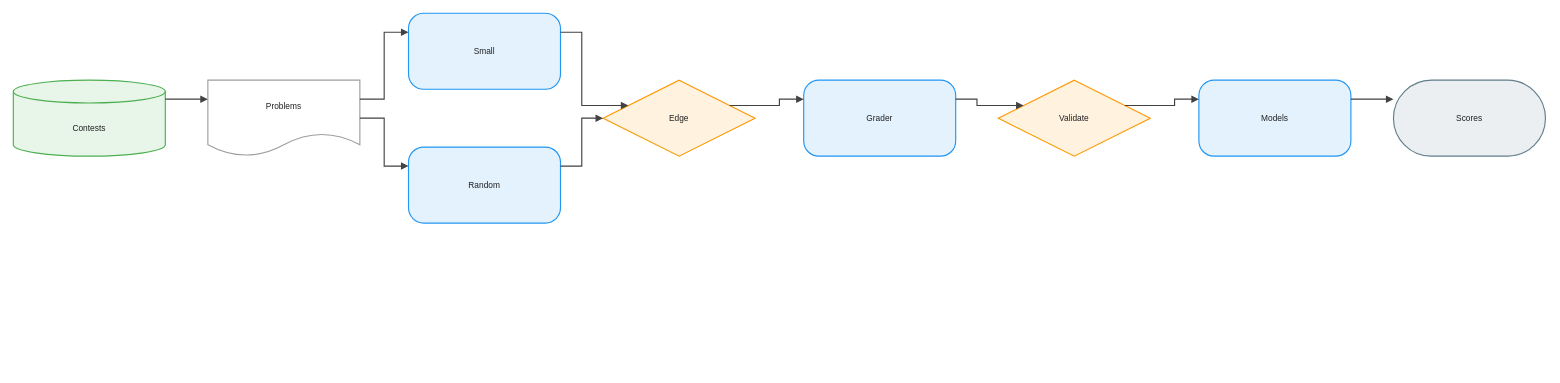
joe1chief/benchmark-hub keeps this draw.io diagram as client/public/drawio/CF-Div2-Stepfun/CF-Div2-Stepfun.en.drawio. Above is the earlier version. Source tidied: cells renumbered, new cells numbered last; positions are measured from the earlier drawing's top-left corner, leaving out a move shared by most shapes. Both pictures are drawn from the tidied source at 76%, with x=0, y=0 at pixel (13, 13).
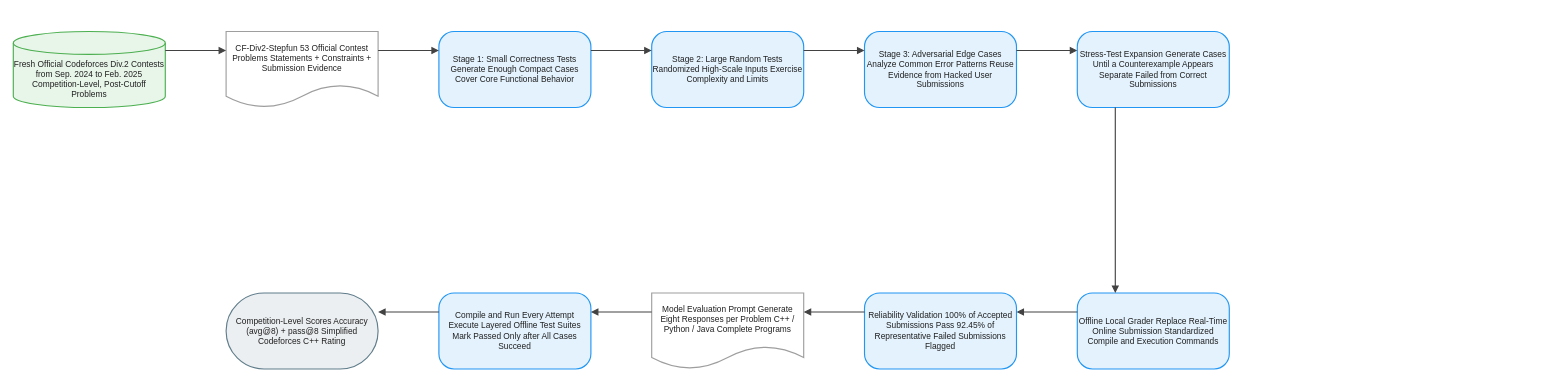
After the change.

Diff of the diagram source:
```diff
@@
-    <mxCell id="2" value="Contests" style="shape=cylinder3;boundedLbl=1;backgroundOutline=1;size=15;html=1;whiteSpace=wrap;fillColor=#E8F5E9;strokeColor=#4CAF50;strokeWidth=1.5;fontColor=#212121;fontSize=11;fontFamily=Arial, Helvetica, sans-serif;verticalAlign=middle;align=center;" parent="1" vertex="1">
-      <mxGeometry y="88" width="200" height="100" as="geometry" />
+    <mxCell id="2" value="Fresh Official Codeforces Div.2 Contests from Sep. 2024 to Feb. 2025 Competition-Level, Post-Cutoff Problems" style="shape=cylinder3;boundedLbl=1;backgroundOutline=1;size=15;html=1;whiteSpace=wrap;fillColor=#E8F5E9;strokeColor=#4CAF50;strokeWidth=1.5;fontColor=#212121;fontSize=11;fontFamily=Arial, Helvetica, sans-serif;verticalAlign=middle;align=center;" parent="1" vertex="1">
+      <mxGeometry y="24" width="200" height="100" as="geometry" />
     </mxCell>
-    <mxCell id="3" value="Problems" style="shape=document;boundedLbl=1;html=1;whiteSpace=wrap;fillColor=#FFFFFF;strokeColor=#9E9E9E;strokeWidth=1.5;fontColor=#212121;fontSize=11;fontFamily=Arial, Helvetica, sans-serif;verticalAlign=middle;align=center;" parent="1" vertex="1">
-      <mxGeometry x="256" y="88" width="200" height="100" as="geometry" />
+    <mxCell id="3" value="CF-Div2-Stepfun 53 Official Contest Problems Statements + Constraints + Submission Evidence" style="shape=document;boundedLbl=1;html=1;whiteSpace=wrap;fillColor=#FFFFFF;strokeColor=#9E9E9E;strokeWidth=1.5;fontColor=#212121;fontSize=11;fontFamily=Arial, Helvetica, sans-serif;verticalAlign=middle;align=center;" parent="1" vertex="1">
+      <mxGeometry x="280" y="24" width="200" height="100" as="geometry" />
     </mxCell>
-    <mxCell id="4" value="Small" style="rounded=1;arcSize=20;html=1;whiteSpace=wrap;fillColor=#E3F2FD;strokeColor=#2196F3;strokeWidth=1.5;fontColor=#212121;fontSize=11;fontFamily=Arial, Helvetica, sans-serif;verticalAlign=middle;align=center;" parent="1" vertex="1">
-      <mxGeometry x="520" width="200" height="100" as="geometry" />
+    <mxCell id="4" value="Stage 1: Small Correctness Tests Generate Enough Compact Cases Cover Core Functional Behavior" style="rounded=1;arcSize=20;html=1;whiteSpace=wrap;fillColor=#E3F2FD;strokeColor=#2196F3;strokeWidth=1.5;fontColor=#212121;fontSize=11;fontFamily=Arial, Helvetica, sans-serif;verticalAlign=middle;align=center;" parent="1" vertex="1">
+      <mxGeometry x="560" y="24" width="200" height="100" as="geometry" />
     </mxCell>
-    <mxCell id="5" value="Random" style="rounded=1;arcSize=20;html=1;whiteSpace=wrap;fillColor=#E3F2FD;strokeColor=#2196F3;strokeWidth=1.5;fontColor=#212121;fontSize=11;fontFamily=Arial, Helvetica, sans-serif;verticalAlign=middle;align=center;" parent="1" vertex="1">
-      <mxGeometry x="520" y="176" width="200" height="100" as="geometry" />
+    <mxCell id="5" value="Stage 2: Large Random Tests Randomized High-Scale Inputs Exercise Complexity and Limits" style="rounded=1;arcSize=20;html=1;whiteSpace=wrap;fillColor=#E3F2FD;strokeColor=#2196F3;strokeWidth=1.5;fontColor=#212121;fontSize=11;fontFamily=Arial, Helvetica, sans-serif;verticalAlign=middle;align=center;" parent="1" vertex="1">
+      <mxGeometry x="840" y="24" width="200" height="100" as="geometry" />
     </mxCell>
-    <mxCell id="6" value="Edge" style="rhombus;html=1;whiteSpace=wrap;fillColor=#FFF3E0;strokeColor=#FF9800;strokeWidth=1.5;fontColor=#212121;fontSize=11;fontFamily=Arial, Helvetica, sans-serif;verticalAlign=middle;align=center;" parent="1" vertex="1">
-      <mxGeometry x="776" y="88" width="200" height="100" as="geometry" />
+    <mxCell id="6" value="Stage 3: Adversarial Edge Cases Analyze Common Error Patterns Reuse Evidence from Hacked User Submissions" style="rounded=1;arcSize=20;html=1;whiteSpace=wrap;fillColor=#E3F2FD;strokeColor=#2196F3;strokeWidth=1.5;fontColor=#212121;fontSize=11;fontFamily=Arial, Helvetica, sans-serif;verticalAlign=middle;align=center;" parent="1" vertex="1">
+      <mxGeometry x="1120" y="24" width="200" height="100" as="geometry" />
     </mxCell>
-    <mxCell id="7" value="Grader" style="rounded=1;arcSize=20;html=1;whiteSpace=wrap;fillColor=#E3F2FD;strokeColor=#2196F3;strokeWidth=1.5;fontColor=#212121;fontSize=11;fontFamily=Arial, Helvetica, sans-serif;verticalAlign=middle;align=center;" parent="1" vertex="1">
-      <mxGeometry x="1040" y="88" width="200" height="100" as="geometry" />
+    <mxCell id="7" value="Stress-Test Expansion Generate Cases Until a Counterexample Appears Separate Failed from Correct Submissions" style="rounded=1;arcSize=20;html=1;whiteSpace=wrap;fillColor=#E3F2FD;strokeColor=#2196F3;strokeWidth=1.5;fontColor=#212121;fontSize=11;fontFamily=Arial, Helvetica, sans-serif;verticalAlign=middle;align=center;" parent="1" vertex="1">
+      <mxGeometry x="1400" y="24" width="200" height="100" as="geometry" />
     </mxCell>
-    <mxCell id="8" value="Validate" style="rhombus;html=1;whiteSpace=wrap;fillColor=#FFF3E0;strokeColor=#FF9800;strokeWidth=1.5;fontColor=#212121;fontSize=11;fontFamily=Arial, Helvetica, sans-serif;verticalAlign=middle;align=center;" parent="1" vertex="1">
-      <mxGeometry x="1296" y="88" width="200" height="100" as="geometry" />
+    <mxCell id="8" value="Offline Local Grader Replace Real-Time Online Submission Standardized Compile and Execution Commands" style="rounded=1;arcSize=20;html=1;whiteSpace=wrap;fillColor=#E3F2FD;strokeColor=#2196F3;strokeWidth=1.5;fontColor=#212121;fontSize=11;fontFamily=Arial, Helvetica, sans-serif;verticalAlign=middle;align=center;" parent="1" vertex="1">
+      <mxGeometry x="1400" y="368" width="200" height="100" as="geometry" />
     </mxCell>
-    <mxCell id="9" value="Models" style="rounded=1;arcSize=20;html=1;whiteSpace=wrap;fillColor=#E3F2FD;strokeColor=#2196F3;strokeWidth=1.5;fontColor=#212121;fontSize=11;fontFamily=Arial, Helvetica, sans-serif;verticalAlign=middle;align=center;" parent="1" vertex="1">
-      <mxGeometry x="1560" y="88" width="200" height="100" as="geometry" />
+    <mxCell id="9" value="Reliability Validation 100% of Accepted Submissions Pass 92.45% of Representative Failed Submissions Flagged" style="rounded=1;arcSize=20;html=1;whiteSpace=wrap;fillColor=#E3F2FD;strokeColor=#2196F3;strokeWidth=1.5;fontColor=#212121;fontSize=11;fontFamily=Arial, Helvetica, sans-serif;verticalAlign=middle;align=center;" parent="1" vertex="1">
+      <mxGeometry x="1120" y="368" width="200" height="100" as="geometry" />
     </mxCell>
-    <mxCell id="10" value="Scores" style="rounded=1;arcSize=50;html=1;whiteSpace=wrap;fillColor=#ECEFF1;strokeColor=#607D8B;strokeWidth=1.5;fontColor=#212121;fontSize=11;fontFamily=Arial, Helvetica, sans-serif;verticalAlign=middle;align=center;" parent="1" vertex="1">
-      <mxGeometry x="1816" y="88" width="200" height="100" as="geometry" />
+    <mxCell id="10" value="Model Evaluation Prompt Generate Eight Responses per Problem C++ / Python / Java Complete Programs" style="shape=document;boundedLbl=1;html=1;whiteSpace=wrap;fillColor=#FFFFFF;strokeColor=#9E9E9E;strokeWidth=1.5;fontColor=#212121;fontSize=11;fontFamily=Arial, Helvetica, sans-serif;verticalAlign=middle;align=center;" parent="1" vertex="1">
+      <mxGeometry x="840" y="368" width="200" height="100" as="geometry" />
     </mxCell>
-    <mxCell id="11" style="edgeStyle=orthogonalEdgeStyle;rounded=0;jettySize=auto;html=1;strokeColor=#424242;strokeWidth=1.5;endArrow=block;endFill=1;exitX=1;exitY=0.25;exitDx=0;exitDy=0;entryX=0;entryY=0.25;entryDx=0;entryDy=0;jumpStyle=arc;jumpSize=8;" parent="1" edge="1" source="2" target="3">
-      <mxGeometry relative="1" as="geometry" />
+    <mxCell id="11" value="Compile and Run Every Attempt Execute Layered Offline Test Suites Mark Passed Only after All Cases Succeed" style="rounded=1;arcSize=20;html=1;whiteSpace=wrap;fillColor=#E3F2FD;strokeColor=#2196F3;strokeWidth=1.5;fontColor=#212121;fontSize=11;fontFamily=Arial, Helvetica, sans-serif;verticalAlign=middle;align=center;" parent="1" vertex="1">
+      <mxGeometry x="560" y="368" width="200" height="100" as="geometry" />
     </mxCell>
-    <mxCell id="12" style="edgeStyle=orthogonalEdgeStyle;rounded=0;jettySize=auto;html=1;strokeColor=#424242;strokeWidth=1.5;endArrow=block;endFill=1;exitX=1;exitY=0.25;exitDx=0;exitDy=0;entryX=0;entryY=0.25;entryDx=0;entryDy=0;jumpStyle=arc;jumpSize=8;" parent="1" edge="1" source="3" target="4">
-      <mxGeometry relative="1" as="geometry" />
+    <mxCell id="12" value="Competition-Level Scores Accuracy (avg@8) + pass@8 Simplified Codeforces C++ Rating" style="rounded=1;arcSize=50;html=1;whiteSpace=wrap;fillColor=#ECEFF1;strokeColor=#607D8B;strokeWidth=1.5;fontColor=#212121;fontSize=11;fontFamily=Arial, Helvetica, sans-serif;verticalAlign=middle;align=center;" parent="1" vertex="1">
+      <mxGeometry x="280" y="368" width="200" height="100" as="geometry" />
     </mxCell>
-    <mxCell id="13" style="edgeStyle=orthogonalEdgeStyle;rounded=0;jettySize=auto;html=1;strokeColor=#424242;strokeWidth=1.5;endArrow=block;endFill=1;exitX=1;exitY=0.5;exitDx=0;exitDy=0;entryX=0;entryY=0.25;entryDx=0;entryDy=0;jumpStyle=arc;jumpSize=8;" parent="1" edge="1" source="3" target="5">
+    <mxCell id="13" style="edgeStyle=orthogonalEdgeStyle;rounded=0;jettySize=auto;html=1;strokeColor=#424242;strokeWidth=1.5;endArrow=block;endFill=1;exitX=1;exitY=0.25;exitDx=0;exitDy=0;entryX=0;entryY=0.25;entryDx=0;entryDy=0;jumpStyle=arc;jumpSize=8;" parent="1" edge="1" source="2" target="3">
       <mxGeometry relative="1" as="geometry" />
     </mxCell>
-    <mxCell id="14" style="edgeStyle=orthogonalEdgeStyle;rounded=0;jettySize=auto;html=1;strokeColor=#424242;strokeWidth=1.5;endArrow=block;endFill=1;exitX=1;exitY=0.25;exitDx=0;exitDy=0;entryX=0;entryY=0.25;entryDx=0;entryDy=0;jumpStyle=arc;jumpSize=8;" parent="1" edge="1" source="4" target="6">
+    <mxCell id="14" style="edgeStyle=orthogonalEdgeStyle;rounded=0;jettySize=auto;html=1;strokeColor=#424242;strokeWidth=1.5;endArrow=block;endFill=1;exitX=1;exitY=0.25;exitDx=0;exitDy=0;entryX=0;entryY=0.25;entryDx=0;entryDy=0;jumpStyle=arc;jumpSize=8;" parent="1" edge="1" source="3" target="4">
       <mxGeometry relative="1" as="geometry" />
     </mxCell>
-    <mxCell id="15" style="edgeStyle=orthogonalEdgeStyle;rounded=0;jettySize=auto;html=1;strokeColor=#424242;strokeWidth=1.5;endArrow=block;endFill=1;exitX=1;exitY=0.25;exitDx=0;exitDy=0;entryX=0;entryY=0.5;entryDx=0;entryDy=0;jumpStyle=arc;jumpSize=8;" parent="1" edge="1" source="5" target="6">
+    <mxCell id="15" style="edgeStyle=orthogonalEdgeStyle;rounded=0;jettySize=auto;html=1;strokeColor=#424242;strokeWidth=1.5;endArrow=block;endFill=1;exitX=1;exitY=0.25;exitDx=0;exitDy=0;entryX=0;entryY=0.25;entryDx=0;entryDy=0;jumpStyle=arc;jumpSize=8;" parent="1" edge="1" source="4" target="5">
       <mxGeometry relative="1" as="geometry" />
     </mxCell>
-    <mxCell id="16" style="edgeStyle=orthogonalEdgeStyle;rounded=0;jettySize=auto;html=1;strokeColor=#424242;strokeWidth=1.5;endArrow=block;endFill=1;exitX=1;exitY=0.25;exitDx=0;exitDy=0;entryX=0;entryY=0.25;entryDx=0;entryDy=0;jumpStyle=arc;jumpSize=8;" parent="1" edge="1" source="6" target="7">
+    <mxCell id="16" style="edgeStyle=orthogonalEdgeStyle;rounded=0;jettySize=auto;html=1;strokeColor=#424242;strokeWidth=1.5;endArrow=block;endFill=1;exitX=1;exitY=0.25;exitDx=0;exitDy=0;entryX=0;entryY=0.25;entryDx=0;entryDy=0;jumpStyle=arc;jumpSize=8;" parent="1" edge="1" source="5" target="6">
       <mxGeometry relative="1" as="geometry" />
     </mxCell>
-    <mxCell id="17" style="edgeStyle=orthogonalEdgeStyle;rounded=0;jettySize=auto;html=1;strokeColor=#424242;strokeWidth=1.5;endArrow=block;endFill=1;exitX=1;exitY=0.25;exitDx=0;exitDy=0;entryX=0;entryY=0.25;entryDx=0;entryDy=0;jumpStyle=arc;jumpSize=8;" parent="1" edge="1" source="7" target="8">
+    <mxCell id="17" style="edgeStyle=orthogonalEdgeStyle;rounded=0;jettySize=auto;html=1;strokeColor=#424242;strokeWidth=1.5;endArrow=block;endFill=1;exitX=1;exitY=0.25;exitDx=0;exitDy=0;entryX=0;entryY=0.25;entryDx=0;entryDy=0;jumpStyle=arc;jumpSize=8;" parent="1" edge="1" source="6" target="7">
       <mxGeometry relative="1" as="geometry" />
     </mxCell>
-    <mxCell id="18" style="edgeStyle=orthogonalEdgeStyle;rounded=0;jettySize=auto;html=1;strokeColor=#424242;strokeWidth=1.5;endArrow=block;endFill=1;exitX=1;exitY=0.25;exitDx=0;exitDy=0;entryX=0;entryY=0.25;entryDx=0;entryDy=0;jumpStyle=arc;jumpSize=8;" parent="1" edge="1" source="8" target="9">
+    <mxCell id="18" style="edgeStyle=orthogonalEdgeStyle;rounded=0;jettySize=auto;html=1;strokeColor=#424242;strokeWidth=1.5;endArrow=block;endFill=1;exitX=0.25;exitY=1;exitDx=0;exitDy=0;entryX=0.25;entryY=0;entryDx=0;entryDy=0;jumpStyle=arc;jumpSize=8;" parent="1" edge="1" source="7" target="8">
       <mxGeometry relative="1" as="geometry" />
     </mxCell>
-    <mxCell id="19" style="edgeStyle=orthogonalEdgeStyle;rounded=0;jettySize=auto;html=1;strokeColor=#424242;strokeWidth=1.5;endArrow=block;endFill=1;exitX=1;exitY=0.25;exitDx=0;exitDy=0;entryX=0;entryY=0.25;entryDx=0;entryDy=0;jumpStyle=arc;jumpSize=8;" parent="1" edge="1" source="9" target="10">
+    <mxCell id="19" style="edgeStyle=orthogonalEdgeStyle;rounded=0;jettySize=auto;html=1;strokeColor=#424242;strokeWidth=1.5;endArrow=block;endFill=1;exitX=0;exitY=0.25;exitDx=0;exitDy=0;entryX=1;entryY=0.25;entryDx=0;entryDy=0;jumpStyle=arc;jumpSize=8;" parent="1" edge="1" source="8" target="9">
       <mxGeometry relative="1" as="geometry" />
     </mxCell>
+    <mxCell id="20" style="edgeStyle=orthogonalEdgeStyle;rounded=0;jettySize=auto;html=1;strokeColor=#424242;strokeWidth=1.5;endArrow=block;endFill=1;exitX=0;exitY=0.25;exitDx=0;exitDy=0;entryX=1;entryY=0.25;entryDx=0;entryDy=0;jumpStyle=arc;jumpSize=8;" parent="1" edge="1" source="9" target="10">
+      <mxGeometry relative="1" as="geometry" />
+    </mxCell>
+    <mxCell id="21" style="edgeStyle=orthogonalEdgeStyle;rounded=0;jettySize=auto;html=1;strokeColor=#424242;strokeWidth=1.5;endArrow=block;endFill=1;exitX=0;exitY=0.25;exitDx=0;exitDy=0;entryX=1;entryY=0.25;entryDx=0;entryDy=0;jumpStyle=arc;jumpSize=8;" parent="1" edge="1" source="10" target="11">
+      <mxGeometry relative="1" as="geometry" />
+    </mxCell>
+    <mxCell id="22" style="edgeStyle=orthogonalEdgeStyle;rounded=0;jettySize=auto;html=1;strokeColor=#424242;strokeWidth=1.5;endArrow=block;endFill=1;exitX=0;exitY=0.25;exitDx=0;exitDy=0;entryX=1;entryY=0.25;entryDx=0;entryDy=0;jumpStyle=arc;jumpSize=8;" parent="1" edge="1" source="11" target="12">
+      <mxGeometry relative="1" as="geometry" />
+    </mxCell>
```
